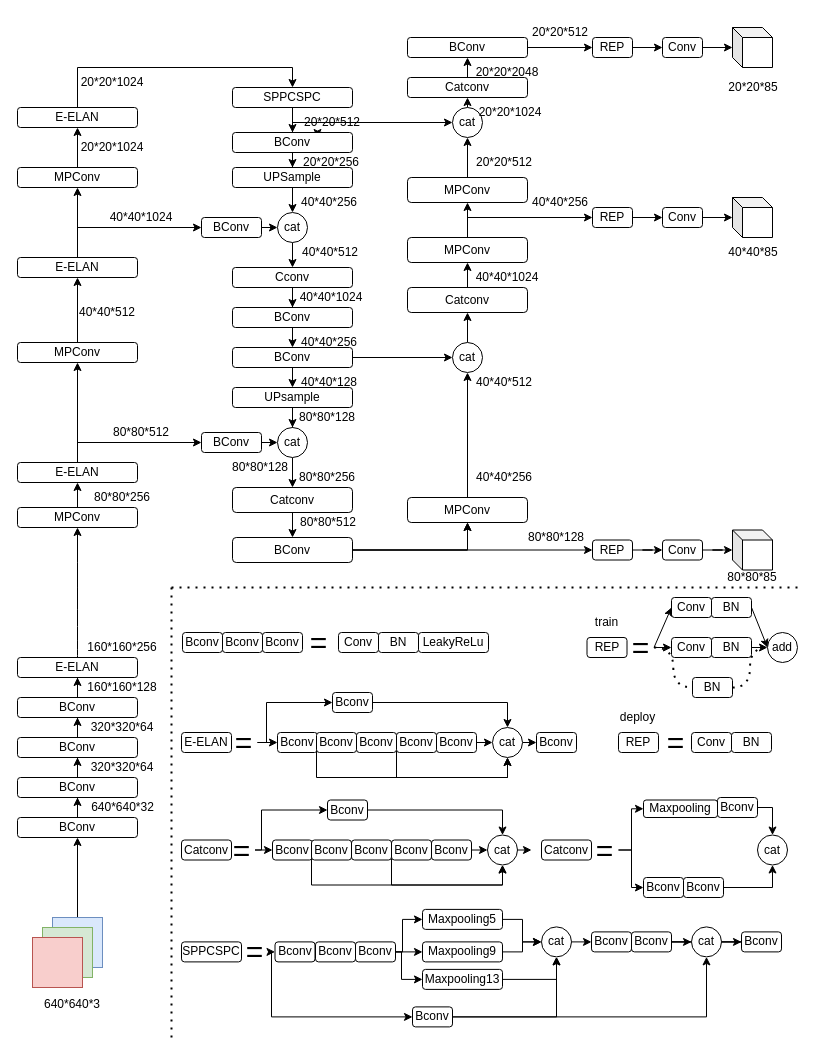
Above: yolov7改进.drawio in YANGJUNYAN0715/papers (draw.io), before the change. Source tidied: cells renumbered, new cells numbered last; positions are measured from the earlier drawing's top-left corner, leaving out a move shared by most shapes. Both pictures are drawn from the tidied source at 100%, with x=0, y=0 at pixel (17, 17).
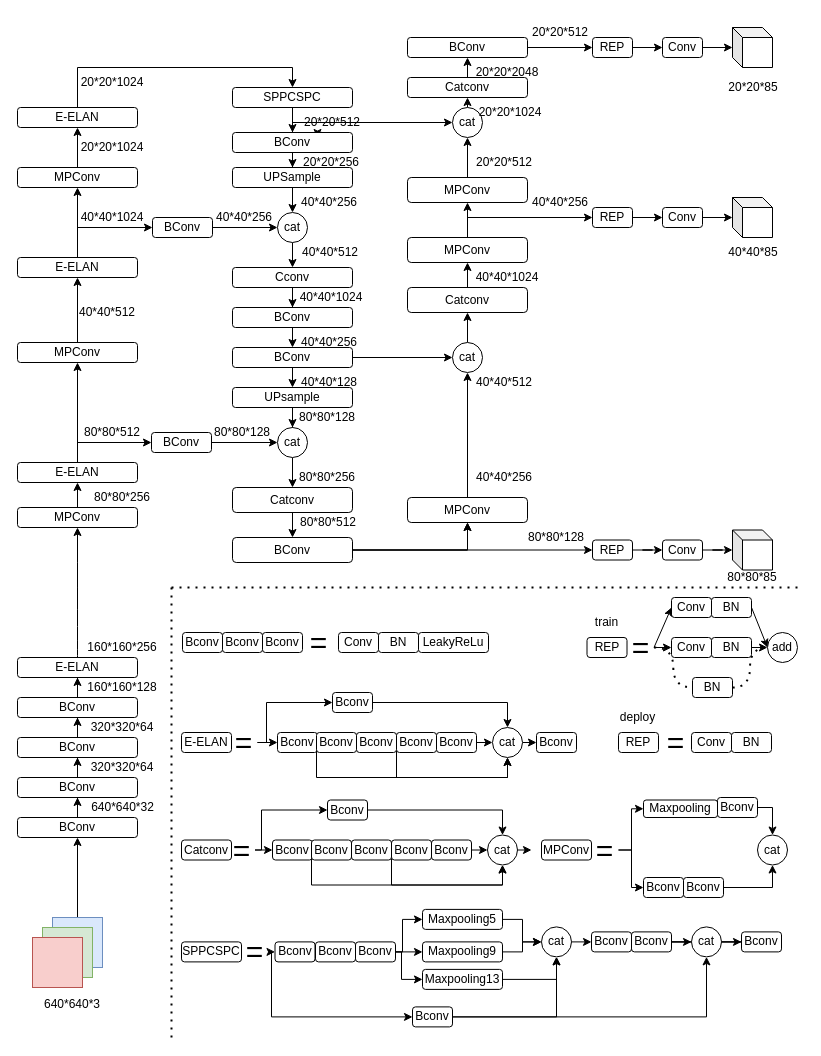
The same diagram, later.

What changed in the source:
```diff
@@
     <mxCell id="39" value="BConv" style="rounded=1;whiteSpace=wrap;html=1;" parent="1" vertex="1">
-      <mxGeometry x="184" y="200" width="60" height="20" as="geometry" />
+      <mxGeometry x="135" y="200" width="60" height="20" as="geometry" />
     </mxCell>
@@
     <mxCell id="41" value="BConv" style="rounded=1;whiteSpace=wrap;html=1;" parent="1" vertex="1">
-      <mxGeometry x="184" y="415" width="60" height="20" as="geometry" />
+      <mxGeometry x="134" y="415" width="60" height="20" as="geometry" />
     </mxCell>
@@
-    <mxCell id="126" value="Catconv" style="rounded=1;whiteSpace=wrap;html=1;" parent="1" vertex="1">
+    <mxCell id="126" value="MPConv" style="rounded=1;whiteSpace=wrap;html=1;" parent="1" vertex="1">
       <mxGeometry x="524" y="822.5" width="50" height="20" as="geometry" />
     </mxCell>
@@
     <mxCell id="200" value="80*80*512" style="text;html=1;strokeColor=none;fillColor=none;align=center;verticalAlign=middle;whiteSpace=wrap;rounded=0;strokeWidth=1;fontSize=12;" parent="1" vertex="1">
-      <mxGeometry x="94" y="400" width="60" height="30" as="geometry" />
+      <mxGeometry x="65" y="400" width="60" height="30" as="geometry" />
     </mxCell>
@@
     <mxCell id="202" value="40*40*1024" style="text;html=1;strokeColor=none;fillColor=none;align=center;verticalAlign=middle;whiteSpace=wrap;rounded=0;strokeWidth=1;fontSize=12;" parent="1" vertex="1">
-      <mxGeometry x="94" y="185" width="60" height="30" as="geometry" />
+      <mxGeometry x="65" y="185" width="60" height="30" as="geometry" />
     </mxCell>
@@
     <mxCell id="213" value="80*80*128" style="text;html=1;strokeColor=none;fillColor=none;align=center;verticalAlign=middle;whiteSpace=wrap;rounded=0;strokeWidth=1;fontSize=12;" parent="1" vertex="1">
-      <mxGeometry x="215" y="435" width="56" height="30" as="geometry" />
+      <mxGeometry x="197" y="400" width="56" height="30" as="geometry" />
     </mxCell>
@@
+    <mxCell id="228" value="40*40*256" style="text;html=1;strokeColor=none;fillColor=none;align=center;verticalAlign=middle;whiteSpace=wrap;rounded=0;strokeWidth=1;fontSize=12;" parent="1" vertex="1">
+      <mxGeometry x="196.5" y="185" width="60" height="30" as="geometry" />
+    </mxCell>
```
